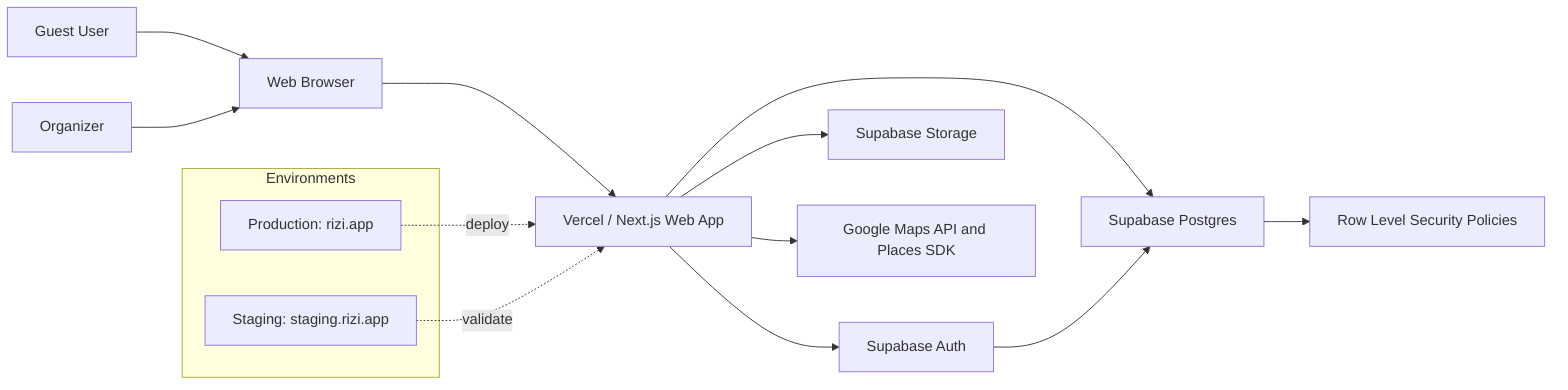
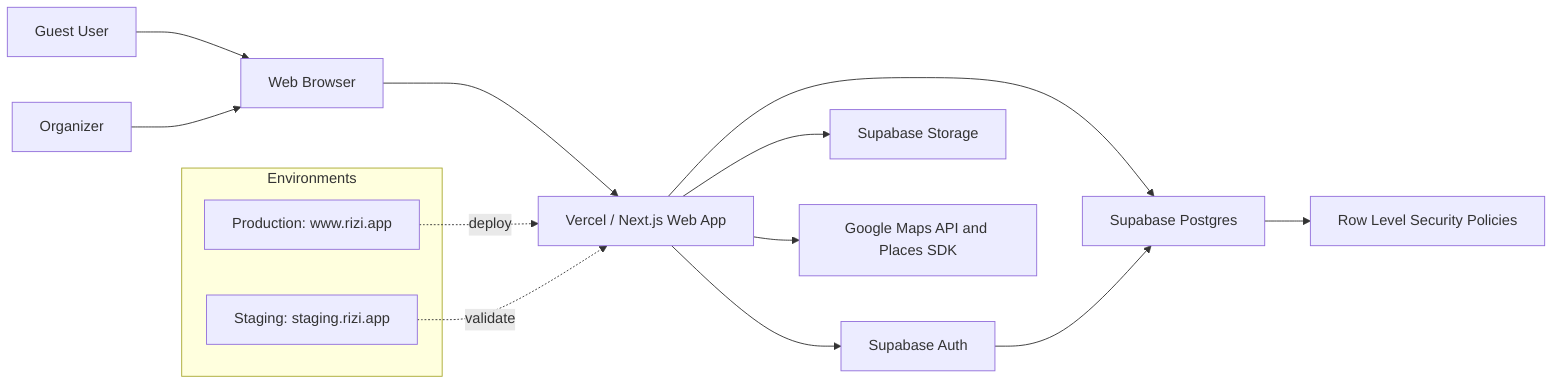
flowchart LR
    Guest["Guest User"] --> Browser["Web Browser"]
    Organizer["Organizer"] --> Browser

    Browser --> Vercel["Vercel / Next.js Web App"]
    Vercel --> Auth["Supabase Auth"]
    Vercel --> DB["Supabase Postgres"]
    Vercel --> Storage["Supabase Storage"]
    Vercel --> Maps["Google Maps API and Places SDK"]

    Auth --> DB
    DB --> RLS["Row Level Security Policies"]

    subgraph Environments
-       Prod["Production: rizi.app"]
+       Prod["Production: www.rizi.app"]
      Stage["Staging: staging.rizi.app"]
    end

    Prod -. deploy .-> Vercel
    Stage -. validate .-> Vercel
